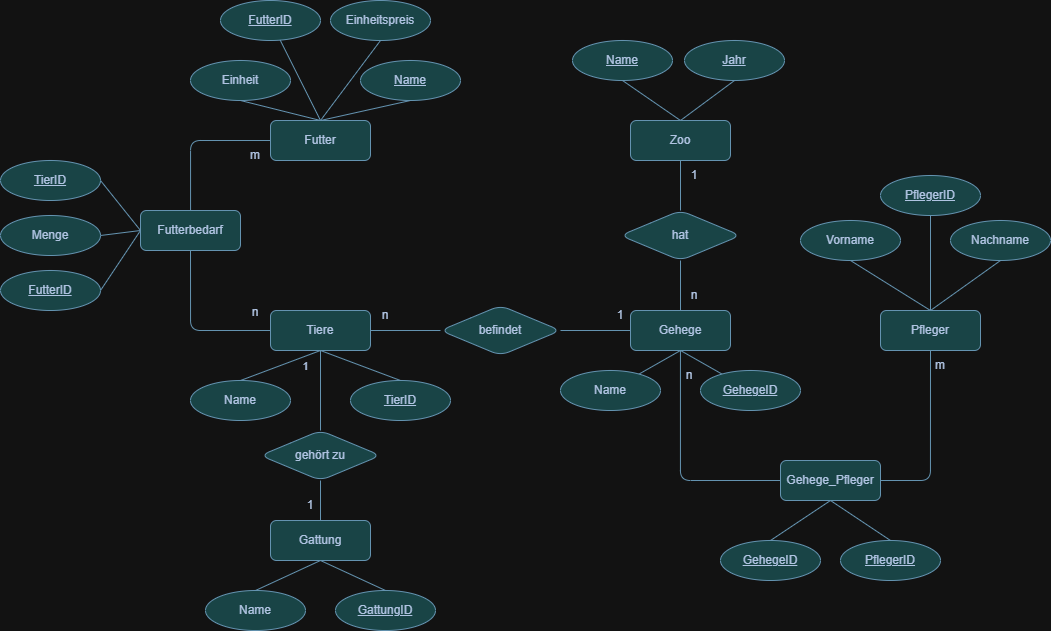
The draw.io diagram src/SelinUlutuerk/AufgabeZoo/Teil 5/Zoo-Teil5neu.drawio.png in zewas-digital/appdevhb25, before a commit. Source tidied: cells renumbered, new cells last; positions are measured from the earlier drawing's top-left corner, leaving out a move shared by most shapes.
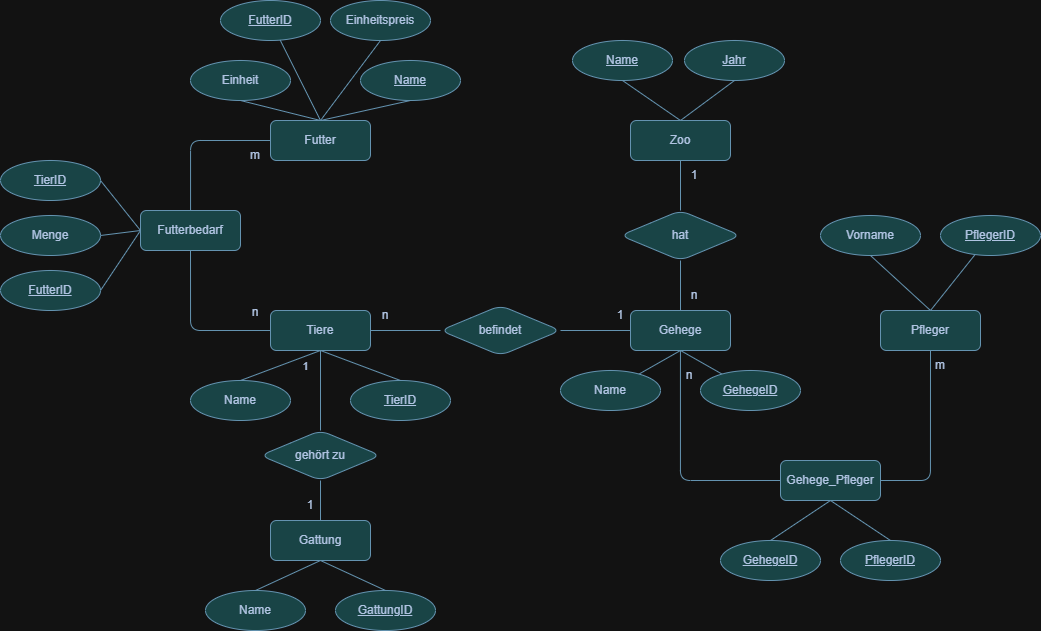
The same diagram one commit later.

Commit message:
Anpassung des ER-Diagramms

The edit, as a diff of the source:
```diff
@@ -66,7 +66,7 @@
       <mxGeometry relative="1" as="geometry" />
     </mxCell>
     <mxCell id="23" value="Vorname" style="ellipse;whiteSpace=wrap;html=1;align=center;fontStyle=0;labelBackgroundColor=none;fillColor=#A8DADC;strokeColor=#457B9D;fontColor=#1D3557;rounded=1;" parent="1" vertex="1">
-      <mxGeometry x="800" y="220" width="100" height="40" as="geometry" />
+      <mxGeometry x="820" y="215" width="100" height="40" as="geometry" />
     </mxCell>
     <mxCell id="24" style="rounded=1;jettySize=auto;html=1;entryX=0.5;entryY=1;entryDx=0;entryDy=0;endArrow=none;endFill=0;labelBackgroundColor=none;strokeColor=#457B9D;fontColor=default;" parent="1" edge="1" source="25" target="14">
       <mxGeometry relative="1" as="geometry" />
@@ -164,7 +164,7 @@
       <mxGeometry y="160" width="100" height="40" as="geometry" />
     </mxCell>
     <mxCell id="55" value="PflegerID" style="ellipse;whiteSpace=wrap;html=1;align=center;fontStyle=4;labelBackgroundColor=none;fillColor=#A8DADC;strokeColor=#457B9D;fontColor=#1D3557;rounded=1;" parent="1" vertex="1">
-      <mxGeometry x="880" y="175" width="100" height="40" as="geometry" />
+      <mxGeometry x="940" y="215" width="100" height="40" as="geometry" />
     </mxCell>
     <mxCell id="56" value="n" style="text;html=1;whiteSpace=wrap;strokeColor=none;fillColor=none;align=center;verticalAlign=middle;rounded=1;labelBackgroundColor=none;fontColor=#1D3557;" parent="1" vertex="1">
       <mxGeometry x="240" y="297" width="30" height="30" as="geometry" />
@@ -210,14 +210,6 @@
     <mxCell id="69" value="gehört zu" style="shape=rhombus;perimeter=rhombusPerimeter;whiteSpace=wrap;html=1;align=center;labelBackgroundColor=none;fillColor=#A8DADC;strokeColor=#457B9D;fontColor=#1D3557;rounded=1;" parent="1" vertex="1">
       <mxGeometry x="260" y="430" width="120" height="50" as="geometry" />
     </mxCell>
-    <mxCell id="70" style="rounded=0;jettySize=auto;html=1;strokeColor=#457B9D;fontColor=#1D3557;fillColor=#A8DADC;endArrow=none;endFill=0;exitX=0.5;exitY=1;exitDx=0;exitDy=0;" parent="1" edge="1" source="71">
-      <mxGeometry relative="1" as="geometry">
-        <mxPoint x="930" y="310" as="targetPoint" />
-      </mxGeometry>
-    </mxCell>
-    <mxCell id="71" value="Nachname" style="ellipse;whiteSpace=wrap;html=1;align=center;fontStyle=0;labelBackgroundColor=none;fillColor=#A8DADC;strokeColor=#457B9D;fontColor=#1D3557;rounded=1;" parent="1" vertex="1">
-      <mxGeometry x="950" y="220" width="100" height="40" as="geometry" />
-    </mxCell>
     <mxCell id="72" value="1" style="text;html=1;whiteSpace=wrap;strokeColor=none;fillColor=none;align=center;verticalAlign=middle;rounded=0;fontColor=#1D3557;" parent="1" vertex="1">
       <mxGeometry x="290" y="490" width="40" height="30" as="geometry" />
     </mxCell>
```
